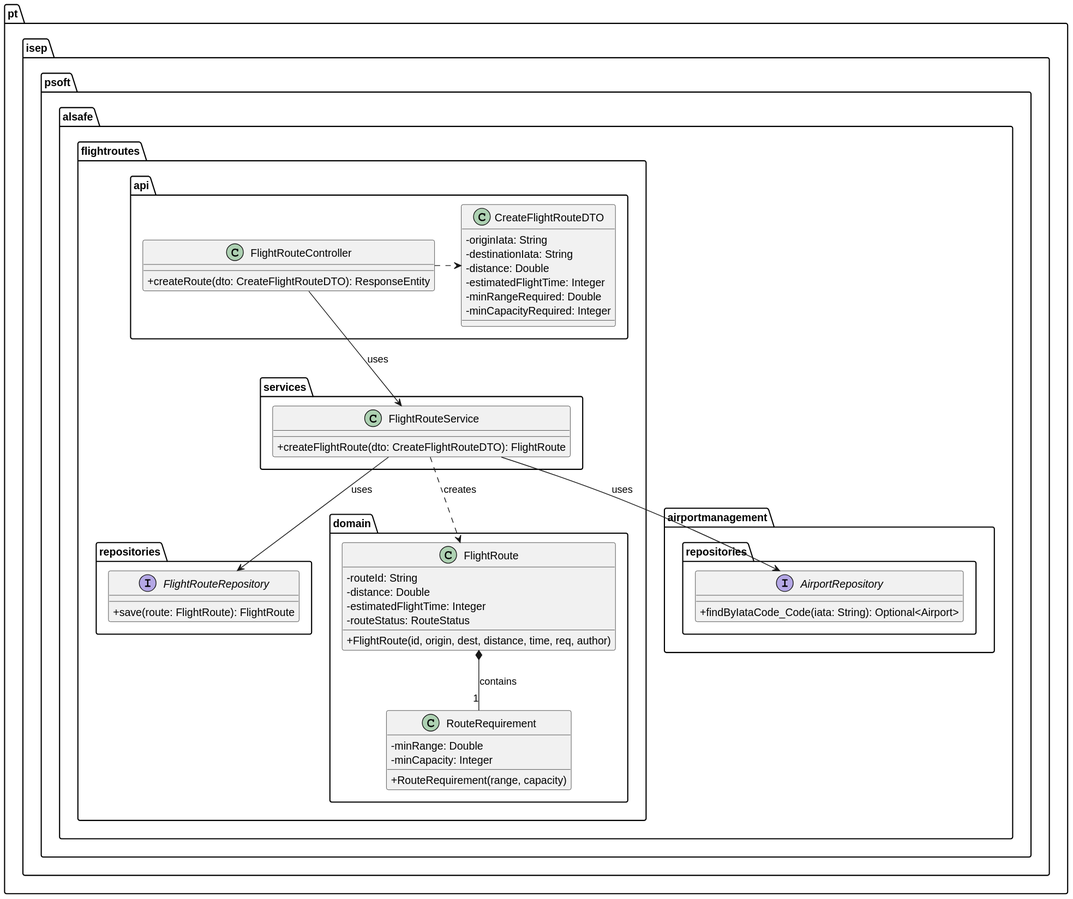
The PlantUML diagram docs/use-cases/WP#3A/US110/svg/US110-CD.svg in Andre-1240567/psoft2026_2DB_1240567_1241013_1240624, before a commit.
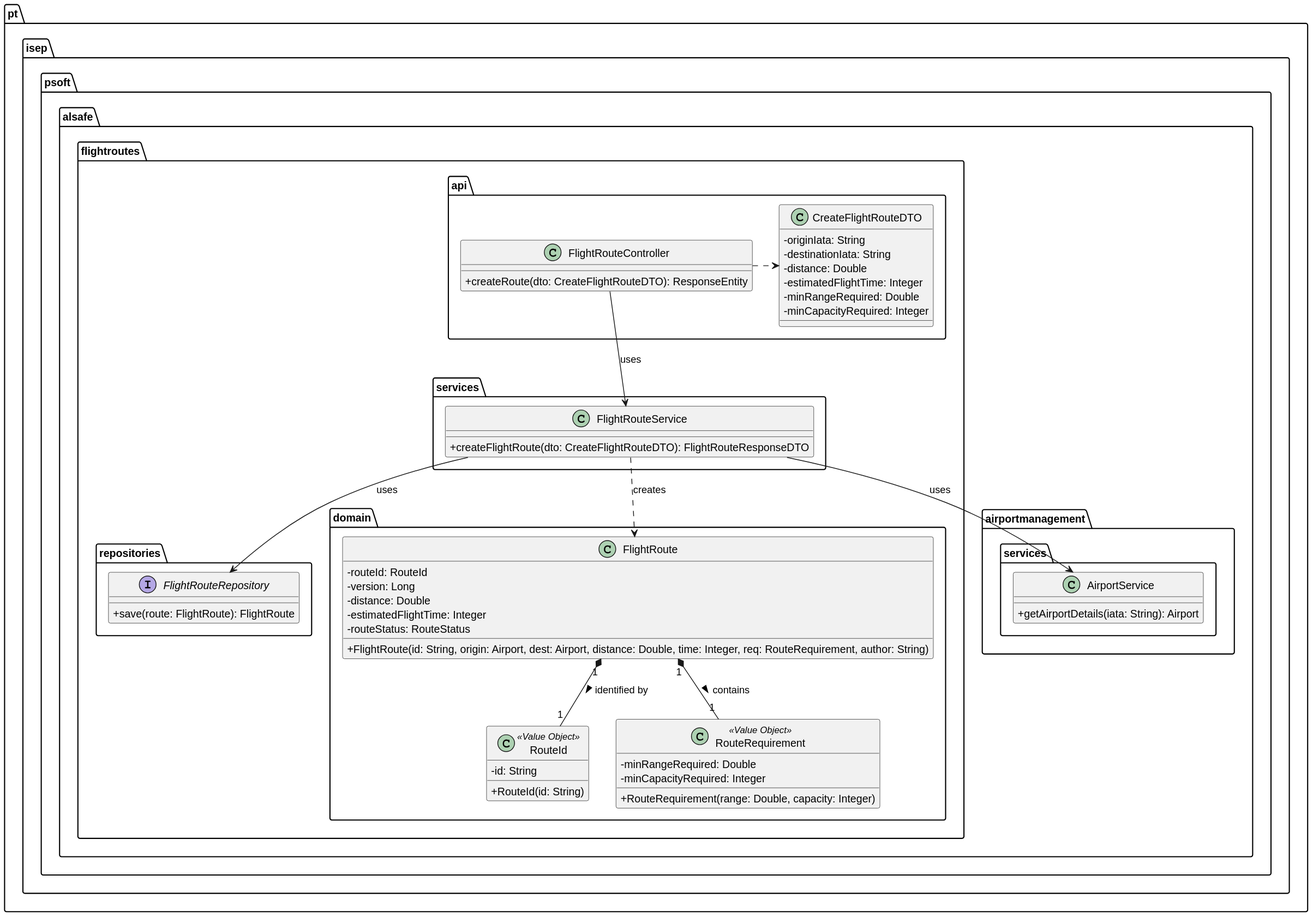
After the change.

What changed in the source:
```diff
@@ -17,7 +17,13 @@
 
 package "pt.isep.psoft.alsafe.flightroutes.services" {
     class FlightRouteService {
-        + createFlightRoute(dto: CreateFlightRouteDTO): FlightRoute
+        + createFlightRoute(dto: CreateFlightRouteDTO): FlightRouteResponseDTO
+    }
+}
+
+package "pt.isep.psoft.alsafe.airportmanagement.services" {
+    class AirportService {
+        + getAirportDetails(iata: String): Airport
     }
 }
 
@@ -27,31 +33,33 @@
     }
 }
 
-package "pt.isep.psoft.alsafe.airportmanagement.repositories" {
-    interface AirportRepository {
-        + findByIataCode_Code(iata: String): Optional<Airport>
-    }
-}
-
 package "pt.isep.psoft.alsafe.flightroutes.domain" {
     class FlightRoute {
-        - routeId: String
+        - routeId: RouteId
+        - version: Long
         - distance: Double
         - estimatedFlightTime: Integer
         - routeStatus: RouteStatus
-        + FlightRoute(id, origin, dest, distance, time, req, author)
+        + FlightRoute(id: String, origin: Airport, dest: Airport, distance: Double, time: Integer, req: RouteRequirement, author: String)
     }
-    class RouteRequirement {
-        - minRange: Double
-        - minCapacity: Integer
-        + RouteRequirement(range, capacity)
+
+    class RouteId <<Value Object>> {
+        - id: String
+        + RouteId(id: String)
+    }
+
+    class RouteRequirement <<Value Object>> {
+        - minRangeRequired: Double
+        - minCapacityRequired: Integer
+        + RouteRequirement(range: Double, capacity: Integer)
     }
 }
 
 FlightRouteController .right.> CreateFlightRouteDTO
 FlightRouteController --> FlightRouteService : uses
-FlightRouteService --> AirportRepository : uses
+FlightRouteService --> AirportService : uses
 FlightRouteService --> FlightRouteRepository : uses
 FlightRouteService ..> FlightRoute : creates
-FlightRoute *-- "1" RouteRequirement : contains
+FlightRoute "1" *-- "1" RouteId : identified by >
+FlightRoute "1" *-- "1" RouteRequirement : contains >
 @enduml
```
